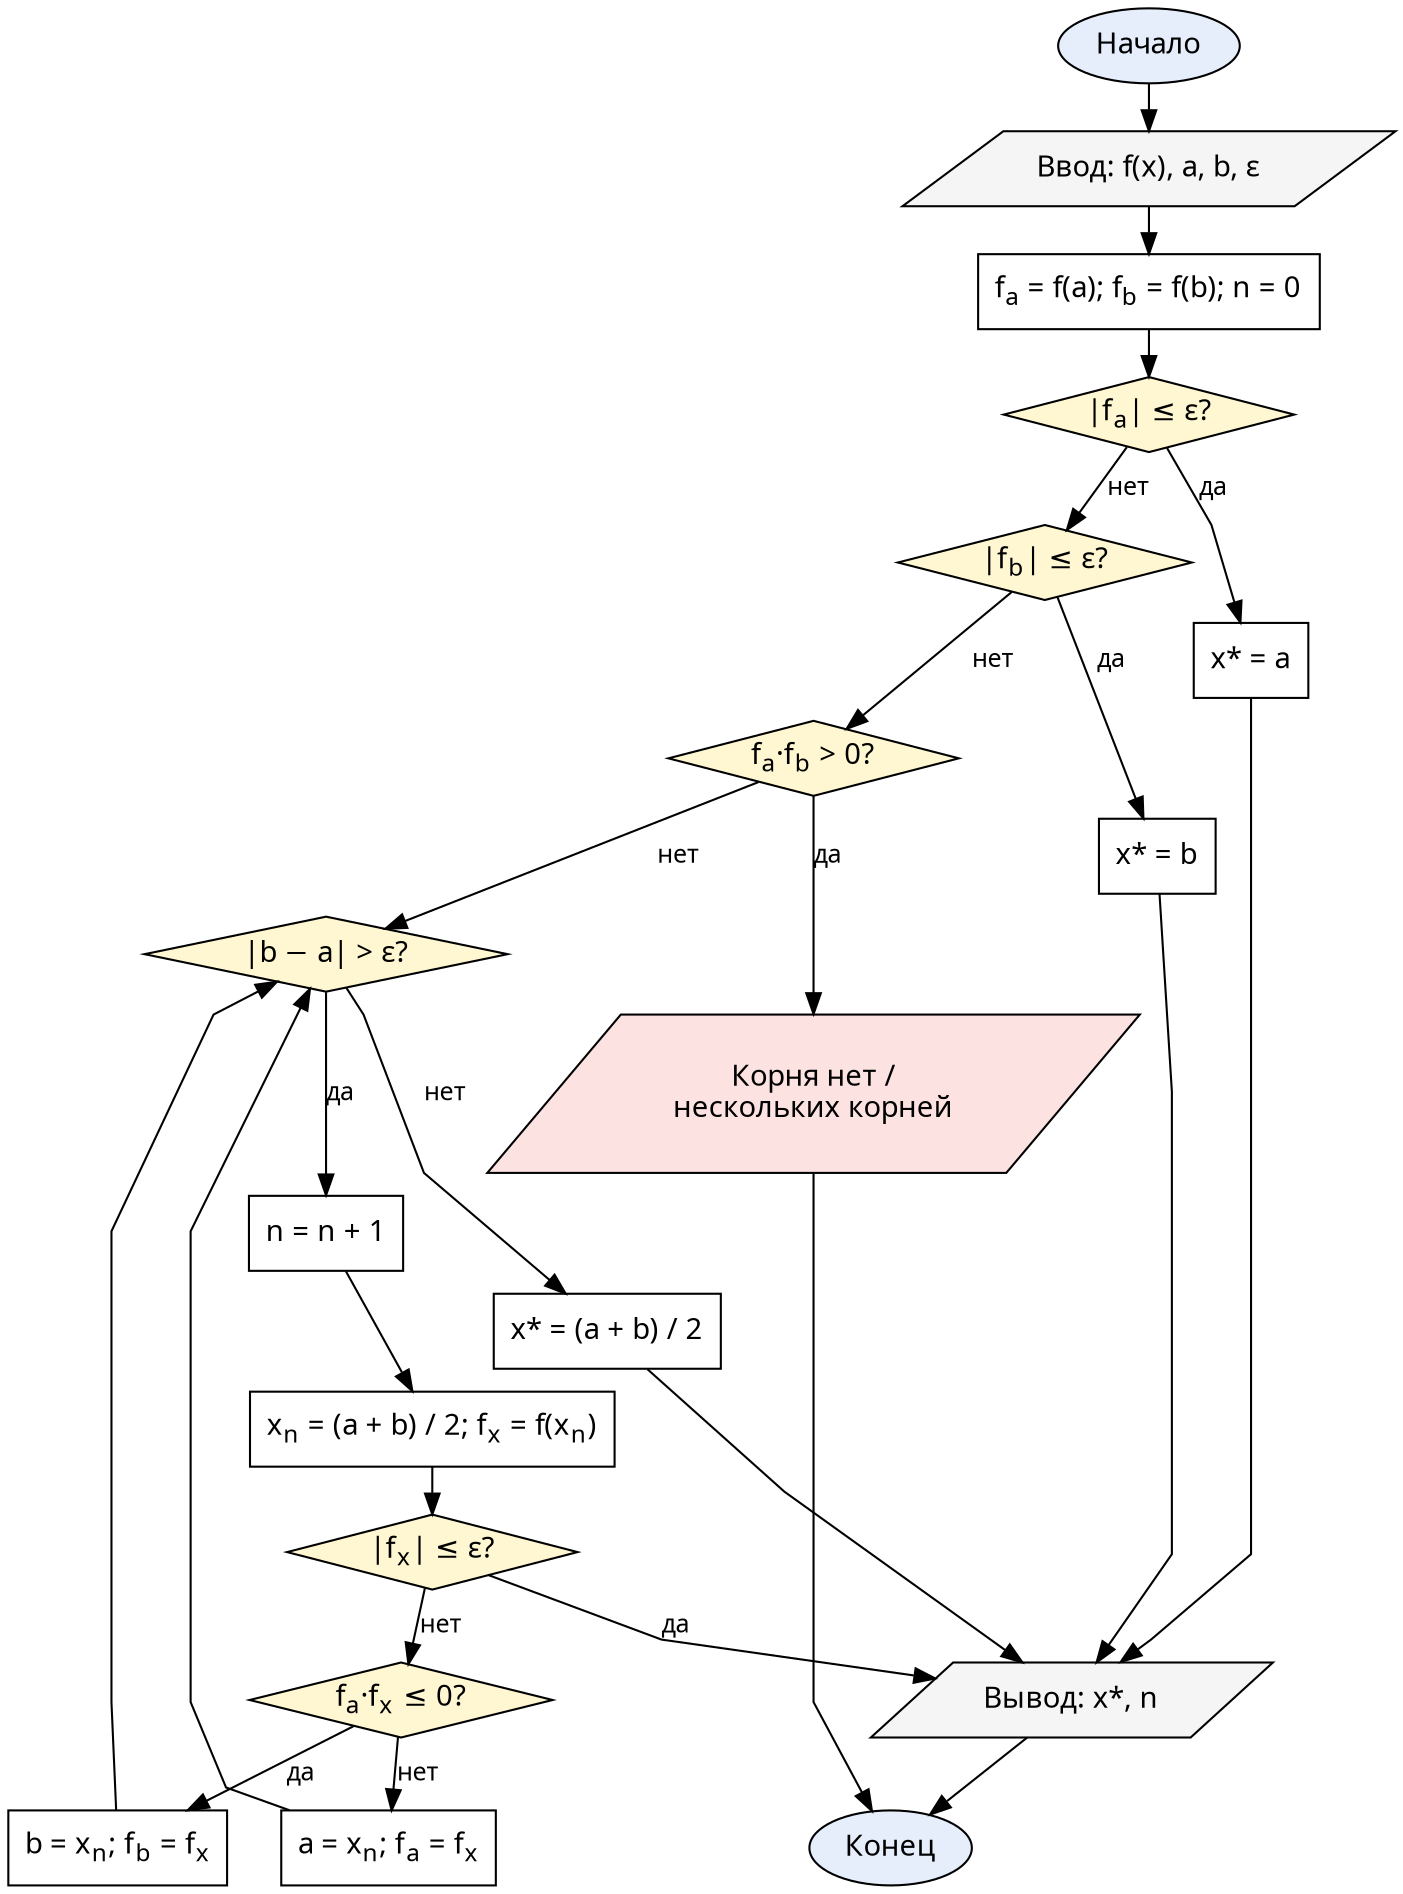
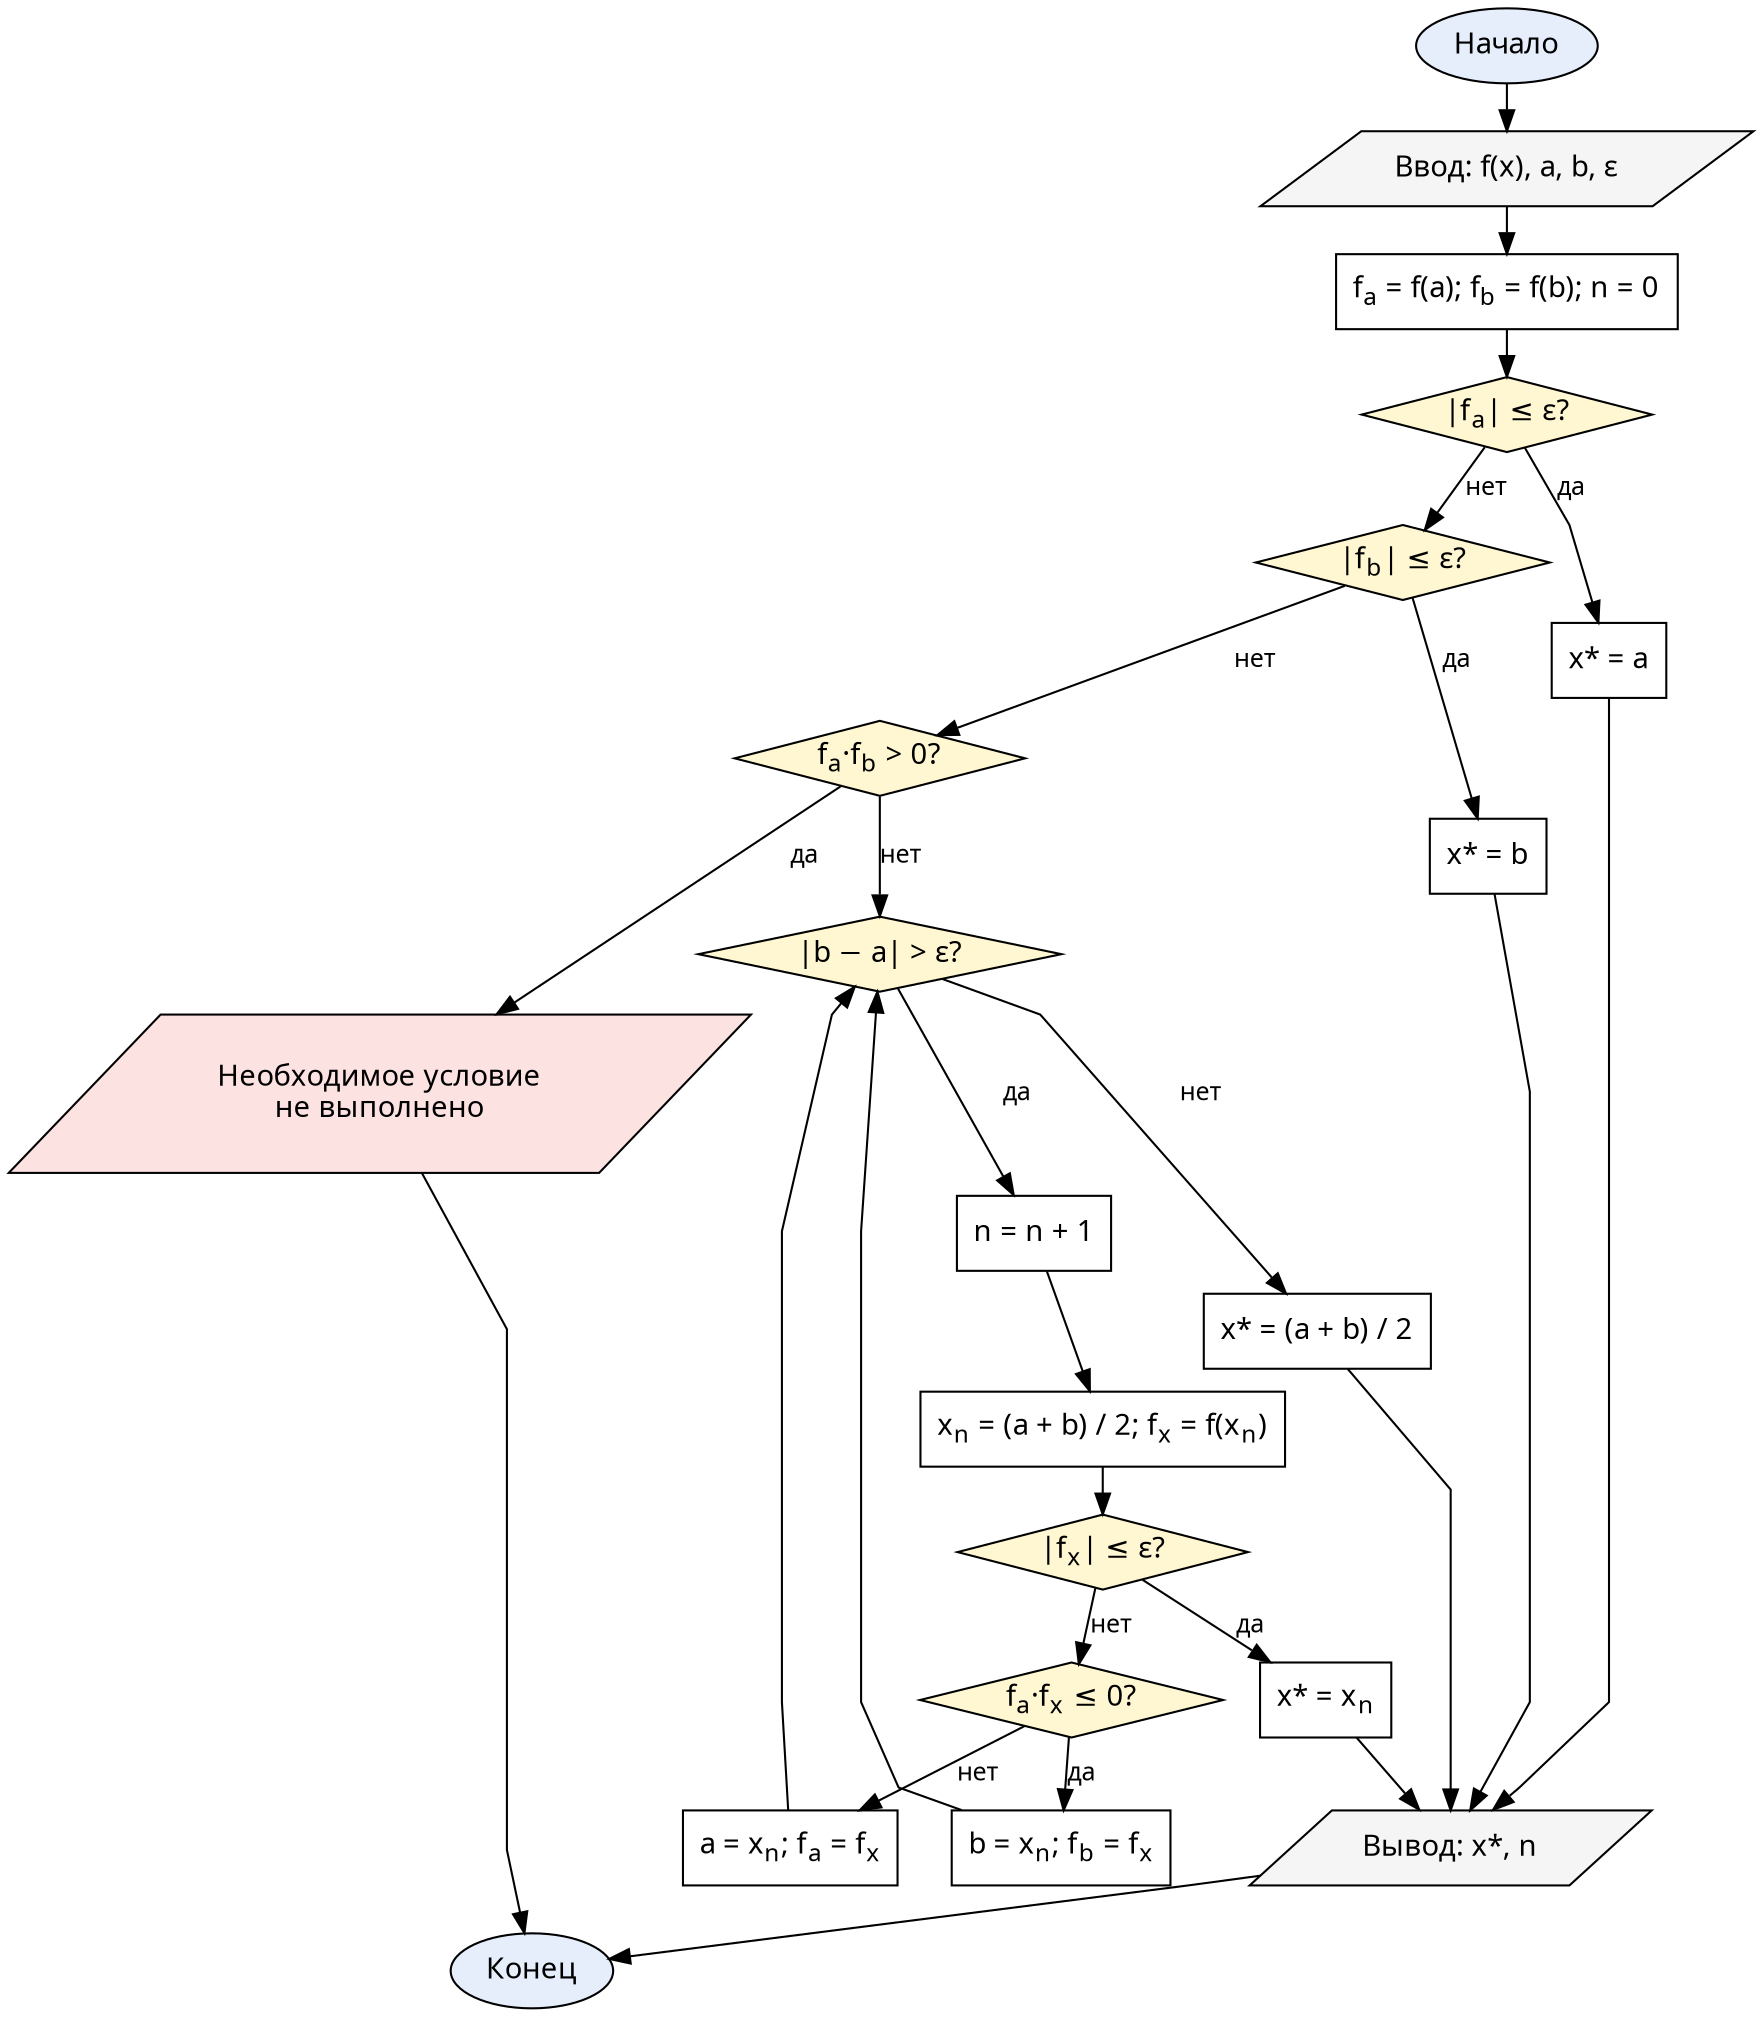
digraph Dihotomy {
  graph [fontname="CMU Serif", rankdir=TB, nodesep=0.25, ranksep=0.3, splines=polyline]
  node  [fontname="CMU Serif", fontsize=14, style="filled", fillcolor="#ffffff", color="#000000"]
  edge  [fontname="CMU Serif", fontsize=12, color="#000000"]

  start [label="Начало", shape=oval, fillcolor="#e6eefc"]
  input [label="Ввод: f(x), a, b, ε", shape=parallelogram, fillcolor="#f5f5f5"]
  init  [label=<f<SUB>a</SUB> = f(a); f<SUB>b</SUB> = f(b); n = 0>, shape=box]

  chkA  [label=<|f<SUB>a</SUB>| ≤ ε?>, shape=diamond, fillcolor="#fff7d1"]
  retA  [label=<x* = a>, shape=box]
  chkB  [label=<|f<SUB>b</SUB>| ≤ ε?>, shape=diamond, fillcolor="#fff7d1"]
  retB  [label=<x* = b>, shape=box]
  chkSign [label=<f<SUB>a</SUB>·f<SUB>b</SUB> &gt; 0?>, shape=diamond, fillcolor="#fff7d1"]
-   errNoRoot [label="Корня нет /\nнескольких корней", shape=parallelogram, fillcolor="#fde2e2"]
+   errNoRoot [label="Необходимое условие\nне выполнено", shape=parallelogram, fillcolor="#fde2e2"]

  loopCond [label=<|b − a| &gt; ε?>, shape=diamond, fillcolor="#fff7d1"]
  incr   [label=<n = n + 1>, shape=box]
  mid    [label=<x<SUB>n</SUB> = (a + b) / 2; f<SUB>x</SUB> = f(x<SUB>n</SUB>)>, shape=box]
  chkFx  [label=<|f<SUB>x</SUB>| ≤ ε?>, shape=diamond, fillcolor="#fff7d1"]

  chkHalf [label=<f<SUB>a</SUB>·f<SUB>x</SUB> ≤ 0?>, shape=diamond, fillcolor="#fff7d1"]
  setB   [label=<b = x<SUB>n</SUB>; f<SUB>b</SUB> = f<SUB>x</SUB>>, shape=box]
  setA   [label=<a = x<SUB>n</SUB>; f<SUB>a</SUB> = f<SUB>x</SUB>>, shape=box]

+   setStarInner [label=<x* = x<SUB>n</SUB>>, shape=box]
  finalX [label=<x* = (a + b) / 2>, shape=box]
  output [label=<Вывод: x*, n>, shape=parallelogram, fillcolor="#f5f5f5"]
  stop   [label="Конец", shape=oval, fillcolor="#e6eefc"]

  start -> input -> init -> chkA
  chkA -> retA  [label="да"]
  retA -> output
  chkA -> chkB  [label="нет"]
  chkB -> retB  [label="да"]
  retB -> output
  chkB -> chkSign [label="нет"]
  chkSign -> errNoRoot [label="да"]
  errNoRoot -> stop
  chkSign -> loopCond [label="нет"]

  loopCond -> incr [label="да"]
  incr -> mid
  mid -> chkFx
-   chkFx -> output [label="да",]
+   chkFx -> setStarInner [label="да"]
+   setStarInner -> output
  chkFx -> chkHalf [label="нет"]
  chkHalf -> setB [label="да"]
  chkHalf -> setA [label="нет"]
  setB -> loopCond
  setA -> loopCond

  loopCond -> finalX [label="нет"]
  finalX -> output
  output -> stop
}
